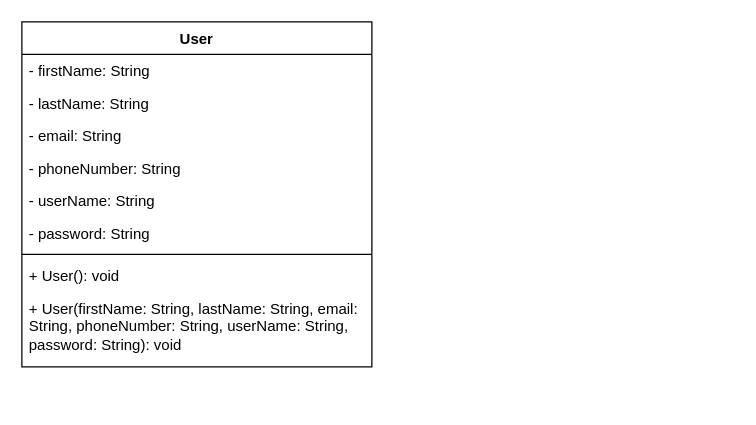
This is Documents/UMLClassDiagrams.drawio from MTeixeiraGCU/CST-341-CLC-Project, a draw.io file, before an edit. Source tidied: cells renumbered, new cells numbered last; positions are measured from the earlier drawing's top-left corner, leaving out a move shared by most shapes. Both pictures are drawn from the tidied source at 125%, with x=0, y=0 at pixel (21, 21).
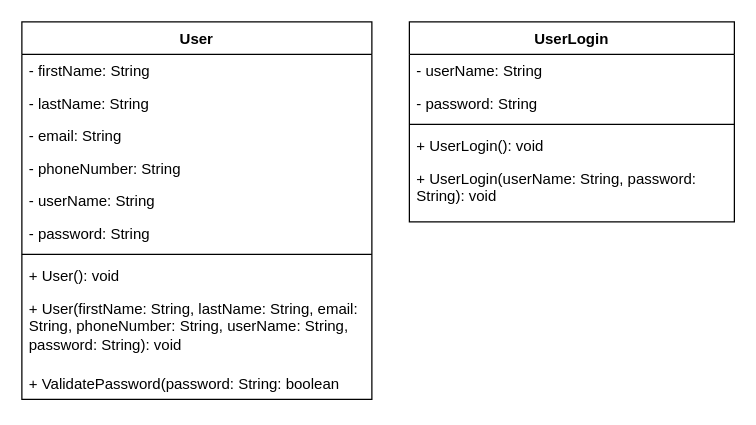
After the change.

Commit message:
Added UserLogin Class to the UML

What changed in the source:
```diff
@@
 <mxGraphModel>
   <root>
     <mxCell id="0" />
     <mxCell id="1" parent="0" />
     <mxCell id="2" value="User" style="swimlane;fontStyle=1;align=center;verticalAlign=top;horizontal=1;startSize=26;" parent="1" vertex="1">
-      <mxGeometry width="280" height="276" as="geometry" />
+      <mxGeometry width="280" height="302" as="geometry" />
     </mxCell>
     <mxCell id="3" value="- firstName: String" style="text;strokeColor=none;fillColor=none;align=left;verticalAlign=top;spacingLeft=4;spacingRight=4;overflow=hidden;" parent="2" vertex="1">
       <mxGeometry y="26" width="280" height="26" as="geometry" />
     </mxCell>
     <mxCell id="4" value="- lastName: String" style="text;strokeColor=none;fillColor=none;align=left;verticalAlign=top;spacingLeft=4;spacingRight=4;overflow=hidden;" parent="2" vertex="1">
       <mxGeometry y="52" width="280" height="26" as="geometry" />
     </mxCell>
     <mxCell id="5" value="- email: String" style="text;strokeColor=none;fillColor=none;align=left;verticalAlign=top;spacingLeft=4;spacingRight=4;overflow=hidden;" parent="2" vertex="1">
       <mxGeometry y="78" width="280" height="26" as="geometry" />
     </mxCell>
     <mxCell id="6" value="- phoneNumber: String" style="text;strokeColor=none;fillColor=none;align=left;verticalAlign=top;spacingLeft=4;spacingRight=4;overflow=hidden;" parent="2" vertex="1">
       <mxGeometry y="104" width="280" height="26" as="geometry" />
     </mxCell>
     <mxCell id="7" value="- userName: String" style="text;strokeColor=none;fillColor=none;align=left;verticalAlign=top;spacingLeft=4;spacingRight=4;overflow=hidden;" parent="2" vertex="1">
       <mxGeometry y="130" width="280" height="26" as="geometry" />
     </mxCell>
     <mxCell id="8" value="- password: String" style="text;strokeColor=none;fillColor=none;align=left;verticalAlign=top;spacingLeft=4;spacingRight=4;overflow=hidden;" parent="2" vertex="1">
       <mxGeometry y="156" width="280" height="26" as="geometry" />
     </mxCell>
     <mxCell id="9" style="line;strokeWidth=1;fillColor=none;align=left;verticalAlign=middle;spacingTop=-1;spacingLeft=3;spacingRight=3;labelPosition=right;" parent="2" vertex="1">
       <mxGeometry y="182" width="280" height="8" as="geometry" />
     </mxCell>
     <mxCell id="10" value="+ User(): void" style="text;strokeColor=none;fillColor=none;align=left;verticalAlign=top;spacingLeft=4;spacingRight=4;overflow=hidden;" parent="2" vertex="1">
       <mxGeometry y="190" width="280" height="26" as="geometry" />
     </mxCell>
     <mxCell id="11" value="+ User(firstName: String, lastName: String, email: String, phoneNumber: String, userName: String, password: String): void" style="text;strokeColor=none;fillColor=none;align=left;verticalAlign=top;spacingLeft=4;spacingRight=4;overflow=hidden;whiteSpace=wrap;" parent="2" vertex="1">
       <mxGeometry y="216" width="280" height="60" as="geometry" />
     </mxCell>
+    <mxCell id="12" value="+ ValidatePassword(password: String: boolean" style="text;strokeColor=none;fillColor=none;align=left;verticalAlign=top;spacingLeft=4;spacingRight=4;overflow=hidden;" parent="2" vertex="1">
+      <mxGeometry y="276" width="280" height="26" as="geometry" />
+    </mxCell>
+    <mxCell id="13" value="UserLogin" style="swimlane;fontStyle=1;align=center;verticalAlign=top;horizontal=1;startSize=26;" parent="1" vertex="1">
+      <mxGeometry x="310" width="260" height="160" as="geometry" />
+    </mxCell>
+    <mxCell id="14" value="- userName: String" style="text;strokeColor=none;fillColor=none;align=left;verticalAlign=top;spacingLeft=4;spacingRight=4;overflow=hidden;" parent="13" vertex="1">
+      <mxGeometry y="26" width="260" height="26" as="geometry" />
+    </mxCell>
+    <mxCell id="15" value="- password: String" style="text;strokeColor=none;fillColor=none;align=left;verticalAlign=top;spacingLeft=4;spacingRight=4;overflow=hidden;" parent="13" vertex="1">
+      <mxGeometry y="52" width="260" height="26" as="geometry" />
+    </mxCell>
+    <mxCell id="16" style="line;strokeWidth=1;fillColor=none;align=left;verticalAlign=middle;spacingTop=-1;spacingLeft=3;spacingRight=3;labelPosition=right;" parent="13" vertex="1">
+      <mxGeometry y="78" width="260" height="8" as="geometry" />
+    </mxCell>
+    <mxCell id="17" value="+ UserLogin(): void" style="text;strokeColor=none;fillColor=none;align=left;verticalAlign=top;spacingLeft=4;spacingRight=4;overflow=hidden;" parent="13" vertex="1">
+      <mxGeometry y="86" width="260" height="26" as="geometry" />
+    </mxCell>
+    <mxCell id="18" value="+ UserLogin(userName: String, password: String): void" style="text;strokeColor=none;fillColor=none;align=left;verticalAlign=top;spacingLeft=4;spacingRight=4;overflow=hidden;whiteSpace=wrap;" parent="13" vertex="1">
+      <mxGeometry y="112" width="260" height="48" as="geometry" />
+    </mxCell>
   </root>
 </mxGraphModel>
```
